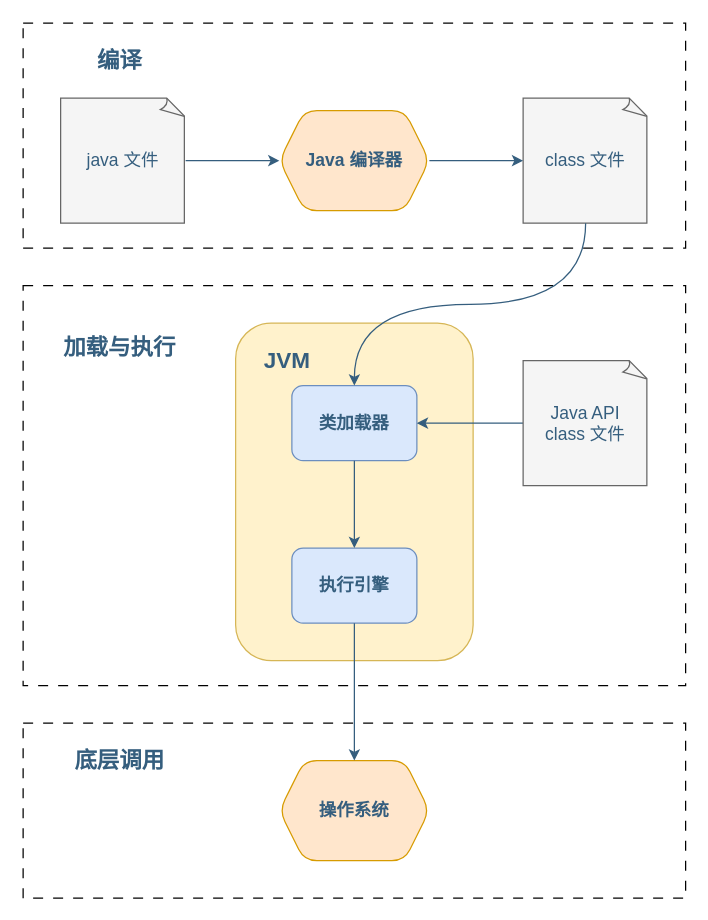
Earlier version of the draw.io diagram page "类加载" (2 of 3) of assets/Java/JavaCore/JVM/Java虚拟机之类加载.drawio (dunwu/waterdrop). Source tidied: cells renumbered, new cells numbered last; positions are measured from the earlier drawing's top-left corner, leaving out a move shared by most shapes. Both pictures are drawn from the tidied source at 125%, with x=0, y=0 at pixel (22, 22).
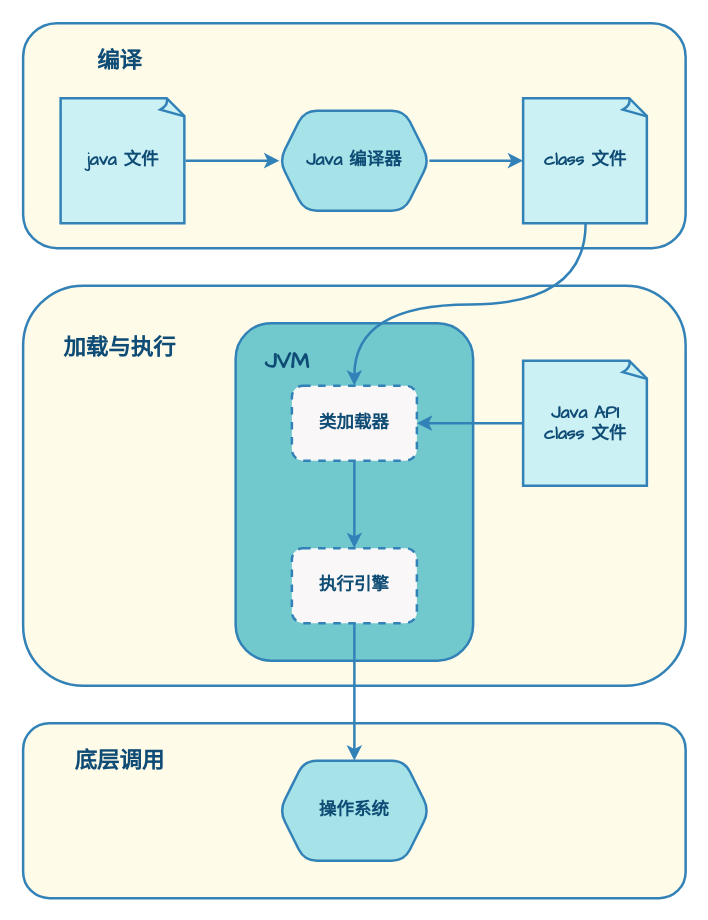
The same diagram, later.

What changed in the source:
```diff
@@
-    <mxCell id="2" style="rounded=0;whiteSpace=wrap;html=1;align=center;verticalAlign=middle;fontFamily=Helvetica;fontSize=14;dashed=1;dashPattern=8 8;fillColor=none;fontColor=#355E7E;" parent="1" vertex="1">
+    <mxCell id="2" style="rounded=1;whiteSpace=wrap;html=1;align=center;verticalAlign=middle;fontFamily=Comic Sans MS;fontSize=14;fillColor=#FFFBE9;fontColor=#0F4C75;strokeColor=#3282B8;strokeWidth=2;fontStyle=1;" parent="1" vertex="1">
       <mxGeometry y="560" width="530" height="140" as="geometry" />
     </mxCell>
-    <mxCell id="3" style="rounded=0;whiteSpace=wrap;html=1;align=center;verticalAlign=middle;fontFamily=Helvetica;fontSize=14;dashed=1;dashPattern=8 8;shadow=0;fillColor=none;fontColor=#355E7E;" parent="1" vertex="1">
+    <mxCell id="3" style="rounded=1;whiteSpace=wrap;html=1;align=center;verticalAlign=middle;fontFamily=Comic Sans MS;fontSize=14;shadow=0;fillColor=#FFFBE9;fontColor=#0F4C75;strokeColor=#3282B8;strokeWidth=2;fontStyle=1;" parent="1" vertex="1">
       <mxGeometry width="530" height="180" as="geometry" />
     </mxCell>
-    <mxCell id="4" style="rounded=0;whiteSpace=wrap;html=1;align=center;verticalAlign=middle;fontFamily=Helvetica;fontSize=14;dashed=1;dashPattern=8 8;fillColor=none;fontColor=#355E7E;" parent="1" vertex="1">
+    <mxCell id="4" style="rounded=1;whiteSpace=wrap;html=1;align=center;verticalAlign=middle;fontFamily=Comic Sans MS;fontSize=14;fillColor=#FFFBE9;fontColor=#0F4C75;strokeColor=#3282B8;strokeWidth=2;fontStyle=1;" parent="1" vertex="1">
       <mxGeometry y="210" width="530" height="320" as="geometry" />
     </mxCell>
-    <mxCell id="5" style="rounded=1;whiteSpace=wrap;html=1;strokeColor=#d6b656;align=center;verticalAlign=middle;fontFamily=Helvetica;fontSize=14;fillColor=#fff2cc;shadow=0;fontColor=#355E7E;fontStyle=1;" parent="1" vertex="1">
+    <mxCell id="5" style="rounded=1;whiteSpace=wrap;html=1;strokeColor=#3282B8;align=center;verticalAlign=middle;fontFamily=Comic Sans MS;fontSize=14;fillColor=#71C9CE;shadow=0;fontColor=#0F4C75;fontStyle=1;strokeWidth=2;" parent="1" vertex="1">
       <mxGeometry x="170" y="240" width="190" height="270" as="geometry" />
     </mxCell>
-    <mxCell id="6" value="java 文件" style="whiteSpace=wrap;html=1;shape=mxgraph.basic.document;rounded=1;strokeColor=#666666;align=center;verticalAlign=middle;fontFamily=Helvetica;fontSize=14;fontColor=#355E7E;fillColor=#f5f5f5;shadow=0;" parent="1" vertex="1">
+    <mxCell id="6" value="java 文件" style="whiteSpace=wrap;html=1;shape=mxgraph.basic.document;rounded=1;strokeColor=#3282B8;align=center;verticalAlign=middle;fontFamily=Comic Sans MS;fontSize=14;fontColor=#0F4C75;fillColor=#CBF1F5;shadow=0;strokeWidth=2;fontStyle=1;" parent="1" vertex="1">
       <mxGeometry x="30" y="60" width="100" height="100" as="geometry" />
     </mxCell>
-    <mxCell id="7" value="class 文件" style="whiteSpace=wrap;html=1;shape=mxgraph.basic.document;rounded=1;strokeColor=#666666;align=center;verticalAlign=middle;fontFamily=Helvetica;fontSize=14;fontColor=#355E7E;fillColor=#f5f5f5;shadow=0;" parent="1" vertex="1">
+    <mxCell id="7" value="class 文件" style="whiteSpace=wrap;html=1;shape=mxgraph.basic.document;rounded=1;strokeColor=#3282B8;align=center;verticalAlign=middle;fontFamily=Comic Sans MS;fontSize=14;fontColor=#0F4C75;fillColor=#CBF1F5;shadow=0;strokeWidth=2;fontStyle=1;" parent="1" vertex="1">
       <mxGeometry x="400" y="60" width="100" height="100" as="geometry" />
     </mxCell>
-    <mxCell id="8" value="类加载器" style="whiteSpace=wrap;html=1;rounded=1;strokeColor=#6c8ebf;align=center;verticalAlign=middle;fontFamily=Helvetica;fontSize=14;fillColor=#dae8fc;shadow=0;fontColor=#355E7E;fontStyle=1;" parent="1" vertex="1">
+    <mxCell id="8" value="类加载器" style="whiteSpace=wrap;html=1;rounded=1;strokeColor=#3282B8;align=center;verticalAlign=middle;fontFamily=Comic Sans MS;fontSize=14;fillColor=#F9F7F7;shadow=0;fontColor=#0F4C75;fontStyle=1;strokeWidth=2;dashed=1;" parent="1" vertex="1">
       <mxGeometry x="215" y="290" width="100" height="60" as="geometry" />
     </mxCell>
-    <mxCell id="9" style="edgeStyle=orthogonalEdgeStyle;jettySize=auto;html=1;exitX=0.5;exitY=1;exitDx=0;exitDy=0;exitPerimeter=0;entryX=0.5;entryY=0;entryDx=0;entryDy=0;fontFamily=Helvetica;fontSize=14;fontColor=#355E7E;curved=1;fillColor=#f5f5f5;strokeColor=#355E7E;" parent="1" edge="1" source="7" target="8">
+    <mxCell id="9" style="edgeStyle=orthogonalEdgeStyle;jettySize=auto;html=1;exitX=0.5;exitY=1;exitDx=0;exitDy=0;exitPerimeter=0;entryX=0.5;entryY=0;entryDx=0;entryDy=0;fontFamily=Comic Sans MS;fontSize=14;fontColor=#0F4C75;curved=1;fillColor=#f5f5f5;strokeColor=#3282B8;strokeWidth=2;fontStyle=1;" parent="1" edge="1" source="7" target="8">
       <mxGeometry relative="1" as="geometry" />
     </mxCell>
-    <mxCell id="10" value="执行引擎" style="whiteSpace=wrap;html=1;rounded=1;strokeColor=#6c8ebf;align=center;verticalAlign=middle;fontFamily=Helvetica;fontSize=14;fillColor=#dae8fc;shadow=0;fontColor=#355E7E;fontStyle=1;" parent="1" vertex="1">
+    <mxCell id="10" value="执行引擎" style="whiteSpace=wrap;html=1;rounded=1;strokeColor=#3282B8;align=center;verticalAlign=middle;fontFamily=Comic Sans MS;fontSize=14;fillColor=#F9F7F7;shadow=0;fontColor=#0F4C75;fontStyle=1;strokeWidth=2;dashed=1;" parent="1" vertex="1">
       <mxGeometry x="215" y="420" width="100" height="60" as="geometry" />
     </mxCell>
-    <mxCell id="11" style="edgeStyle=orthogonalEdgeStyle;jettySize=auto;html=1;entryX=0.5;entryY=0;entryDx=0;entryDy=0;fontFamily=Helvetica;fontSize=14;fontColor=#355E7E;curved=1;fillColor=#f5f5f5;strokeColor=#355E7E;fontStyle=1;" parent="1" edge="1" source="8" target="10">
+    <mxCell id="11" style="edgeStyle=orthogonalEdgeStyle;jettySize=auto;html=1;entryX=0.5;entryY=0;entryDx=0;entryDy=0;fontFamily=Comic Sans MS;fontSize=14;fontColor=#0F4C75;curved=1;fillColor=#f5f5f5;strokeColor=#3282B8;fontStyle=1;strokeWidth=2;" parent="1" edge="1" source="8" target="10">
       <mxGeometry relative="1" as="geometry" />
     </mxCell>
-    <mxCell id="12" style="edgeStyle=orthogonalEdgeStyle;jettySize=auto;html=1;exitX=0;exitY=0.5;exitDx=0;exitDy=0;exitPerimeter=0;entryX=1;entryY=0.5;entryDx=0;entryDy=0;fontFamily=Helvetica;fontSize=14;fontColor=#355E7E;curved=1;fillColor=#f5f5f5;strokeColor=#355E7E;" parent="1" edge="1" source="13" target="8">
+    <mxCell id="12" style="edgeStyle=orthogonalEdgeStyle;jettySize=auto;html=1;exitX=0;exitY=0.5;exitDx=0;exitDy=0;exitPerimeter=0;entryX=1;entryY=0.5;entryDx=0;entryDy=0;fontFamily=Comic Sans MS;fontSize=14;fontColor=#0F4C75;curved=1;fillColor=#f5f5f5;strokeColor=#3282B8;strokeWidth=2;fontStyle=1;" parent="1" edge="1" source="13" target="8">
       <mxGeometry relative="1" as="geometry" />
     </mxCell>
-    <mxCell id="13" value="Java API&lt;br&gt;class 文件" style="whiteSpace=wrap;html=1;shape=mxgraph.basic.document;rounded=1;strokeColor=#666666;align=center;verticalAlign=middle;fontFamily=Helvetica;fontSize=14;fontColor=#355E7E;fillColor=#f5f5f5;shadow=0;" parent="1" vertex="1">
+    <mxCell id="13" value="Java API&lt;br&gt;class 文件" style="whiteSpace=wrap;html=1;shape=mxgraph.basic.document;rounded=1;strokeColor=#3282B8;align=center;verticalAlign=middle;fontFamily=Comic Sans MS;fontSize=14;fontColor=#0F4C75;fillColor=#CBF1F5;shadow=0;strokeWidth=2;fontStyle=1;" parent="1" vertex="1">
       <mxGeometry x="400" y="270" width="100" height="100" as="geometry" />
     </mxCell>
-    <mxCell id="14" style="edgeStyle=orthogonalEdgeStyle;jettySize=auto;html=1;exitX=1;exitY=0.5;exitDx=0;exitDy=0;entryX=0;entryY=0.5;entryDx=0;entryDy=0;entryPerimeter=0;fontFamily=Helvetica;fontSize=14;fontColor=#355E7E;curved=1;fillColor=#f5f5f5;strokeColor=#355E7E;" parent="1" edge="1" source="21" target="7">
+    <mxCell id="14" style="edgeStyle=orthogonalEdgeStyle;jettySize=auto;html=1;exitX=1;exitY=0.5;exitDx=0;exitDy=0;entryX=0;entryY=0.5;entryDx=0;entryDy=0;entryPerimeter=0;fontFamily=Comic Sans MS;fontSize=14;fontColor=#0F4C75;curved=1;fillColor=#f5f5f5;strokeColor=#3282B8;strokeWidth=2;fontStyle=1;" parent="1" edge="1" source="21" target="7">
       <mxGeometry relative="1" as="geometry" />
     </mxCell>
-    <mxCell id="15" value="操作系统" style="shape=hexagon;perimeter=hexagonPerimeter2;whiteSpace=wrap;html=1;fixedSize=1;rounded=1;strokeColor=#d79b00;align=center;verticalAlign=middle;fontFamily=Helvetica;fontSize=14;fillColor=#ffe6cc;shadow=0;fontColor=#355E7E;fontStyle=1;" parent="1" vertex="1">
+    <mxCell id="15" value="操作系统" style="shape=hexagon;perimeter=hexagonPerimeter2;whiteSpace=wrap;html=1;fixedSize=1;rounded=1;strokeColor=#3282B8;align=center;verticalAlign=middle;fontFamily=Comic Sans MS;fontSize=14;fillColor=#A6E3E9;shadow=0;fontColor=#0F4C75;fontStyle=1;strokeWidth=2;" parent="1" vertex="1">
       <mxGeometry x="205" y="590" width="120" height="80" as="geometry" />
     </mxCell>
-    <mxCell id="16" style="edgeStyle=orthogonalEdgeStyle;jettySize=auto;html=1;exitX=0.5;exitY=1;exitDx=0;exitDy=0;fontFamily=Helvetica;fontSize=14;fontColor=#355E7E;curved=1;fillColor=#f5f5f5;strokeColor=#355E7E;fontStyle=1;" parent="1" edge="1" source="10" target="15">
+    <mxCell id="16" style="edgeStyle=orthogonalEdgeStyle;jettySize=auto;html=1;exitX=0.5;exitY=1;exitDx=0;exitDy=0;fontFamily=Comic Sans MS;fontSize=14;fontColor=#0F4C75;curved=1;fillColor=#f5f5f5;strokeColor=#3282B8;fontStyle=1;strokeWidth=2;" parent="1" edge="1" source="10" target="15">
       <mxGeometry relative="1" as="geometry" />
     </mxCell>
-    <mxCell id="17" value="JVM" style="text;html=1;align=center;verticalAlign=middle;strokeColor=none;fillColor=none;fontSize=18;fontFamily=Helvetica;fontColor=#355E7E;fontStyle=1;" parent="1" vertex="1">
+    <mxCell id="17" value="JVM" style="text;html=1;align=center;verticalAlign=middle;strokeColor=none;fillColor=none;fontSize=18;fontFamily=Comic Sans MS;fontColor=#0F4C75;fontStyle=1;strokeWidth=2;" parent="1" vertex="1">
       <mxGeometry x="181" y="250" width="60" height="40" as="geometry" />
     </mxCell>
-    <mxCell id="18" value="加载与执行" style="text;html=1;align=center;verticalAlign=middle;strokeColor=none;fillColor=none;fontSize=18;fontFamily=Helvetica;fontColor=#355E7E;fontStyle=1;" parent="1" vertex="1">
+    <mxCell id="18" value="加载与执行" style="text;html=1;align=center;verticalAlign=middle;strokeColor=none;fillColor=none;fontSize=18;fontFamily=Comic Sans MS;fontColor=#0F4C75;fontStyle=1;strokeWidth=2;" parent="1" vertex="1">
       <mxGeometry x="22" y="240" width="110" height="40" as="geometry" />
     </mxCell>
-    <mxCell id="19" value="底层调用" style="text;html=1;align=center;verticalAlign=middle;strokeColor=none;fillColor=none;fontSize=18;fontFamily=Helvetica;fontColor=#355E7E;fontStyle=1;" parent="1" vertex="1">
+    <mxCell id="19" value="底层调用" style="text;html=1;align=center;verticalAlign=middle;strokeColor=none;fillColor=none;fontSize=18;fontFamily=Comic Sans MS;fontColor=#0F4C75;fontStyle=1;strokeWidth=2;" parent="1" vertex="1">
       <mxGeometry x="27" y="570" width="100" height="40" as="geometry" />
     </mxCell>
-    <mxCell id="20" value="编译" style="text;html=1;align=center;verticalAlign=middle;strokeColor=none;fillColor=none;fontSize=18;fontFamily=Helvetica;fontColor=#355E7E;fontStyle=1;" parent="1" vertex="1">
+    <mxCell id="20" value="编译" style="text;html=1;align=center;verticalAlign=middle;strokeColor=none;fillColor=none;fontSize=18;fontFamily=Comic Sans MS;fontColor=#0F4C75;fontStyle=1;strokeWidth=2;" parent="1" vertex="1">
       <mxGeometry x="47" y="10" width="60" height="40" as="geometry" />
     </mxCell>
-    <mxCell id="21" value="Java 编译器" style="shape=hexagon;perimeter=hexagonPerimeter2;whiteSpace=wrap;html=1;fixedSize=1;rounded=1;strokeColor=#d79b00;align=center;verticalAlign=middle;fontFamily=Helvetica;fontSize=14;fillColor=#ffe6cc;shadow=0;fontColor=#355E7E;fontStyle=1;" parent="1" vertex="1">
+    <mxCell id="21" value="Java 编译器" style="shape=hexagon;perimeter=hexagonPerimeter2;whiteSpace=wrap;html=1;fixedSize=1;rounded=1;strokeColor=#3282B8;align=center;verticalAlign=middle;fontFamily=Comic Sans MS;fontSize=14;fillColor=#A6E3E9;shadow=0;fontColor=#0F4C75;fontStyle=1;strokeWidth=2;" parent="1" vertex="1">
       <mxGeometry x="205" y="70" width="120" height="80" as="geometry" />
     </mxCell>
-    <mxCell id="22" style="edgeStyle=orthogonalEdgeStyle;jettySize=auto;html=1;exitX=1;exitY=0.5;exitDx=0;exitDy=0;exitPerimeter=0;entryX=0;entryY=0.5;entryDx=0;entryDy=0;fontFamily=Helvetica;fontSize=14;fontColor=#355E7E;curved=1;fillColor=#f5f5f5;strokeColor=#355E7E;" parent="1" edge="1" source="6" target="21">
+    <mxCell id="22" style="edgeStyle=orthogonalEdgeStyle;jettySize=auto;html=1;exitX=1;exitY=0.5;exitDx=0;exitDy=0;exitPerimeter=0;entryX=0;entryY=0.5;entryDx=0;entryDy=0;fontFamily=Comic Sans MS;fontSize=14;fontColor=#0F4C75;curved=1;fillColor=#f5f5f5;strokeColor=#3282B8;strokeWidth=2;fontStyle=1;" parent="1" edge="1" source="6" target="21">
       <mxGeometry relative="1" as="geometry" />
     </mxCell>
```
